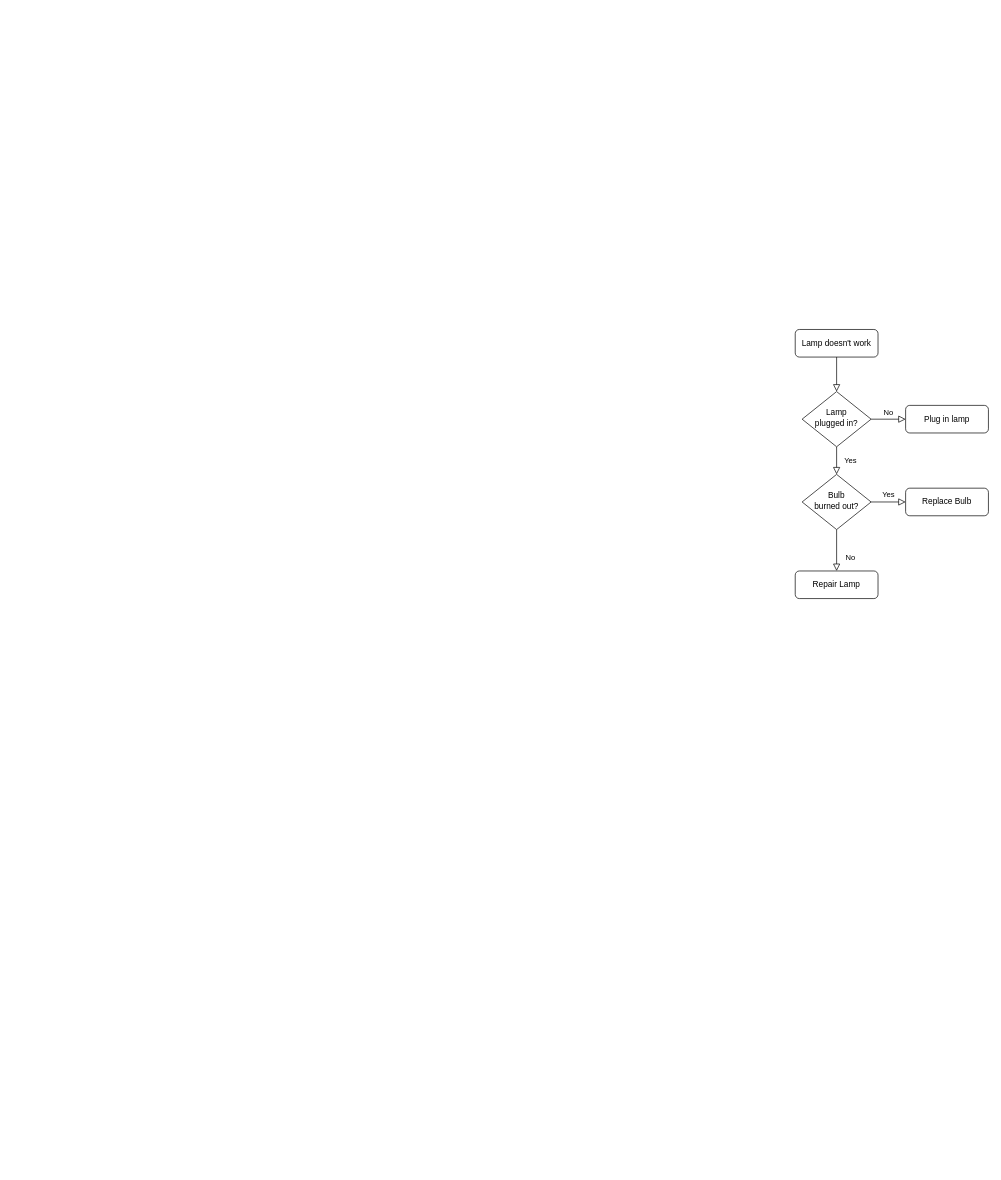
Earlier version of the draw.io diagram btc-staking.drawio (sfyr111/draw). Source tidied: cells renumbered, new cells numbered last; positions are measured from the earlier drawing's top-left corner, leaving out a move shared by most shapes. Both pictures are drawn from the tidied source at 69%, with x=0, y=0 at pixel (795, 329).
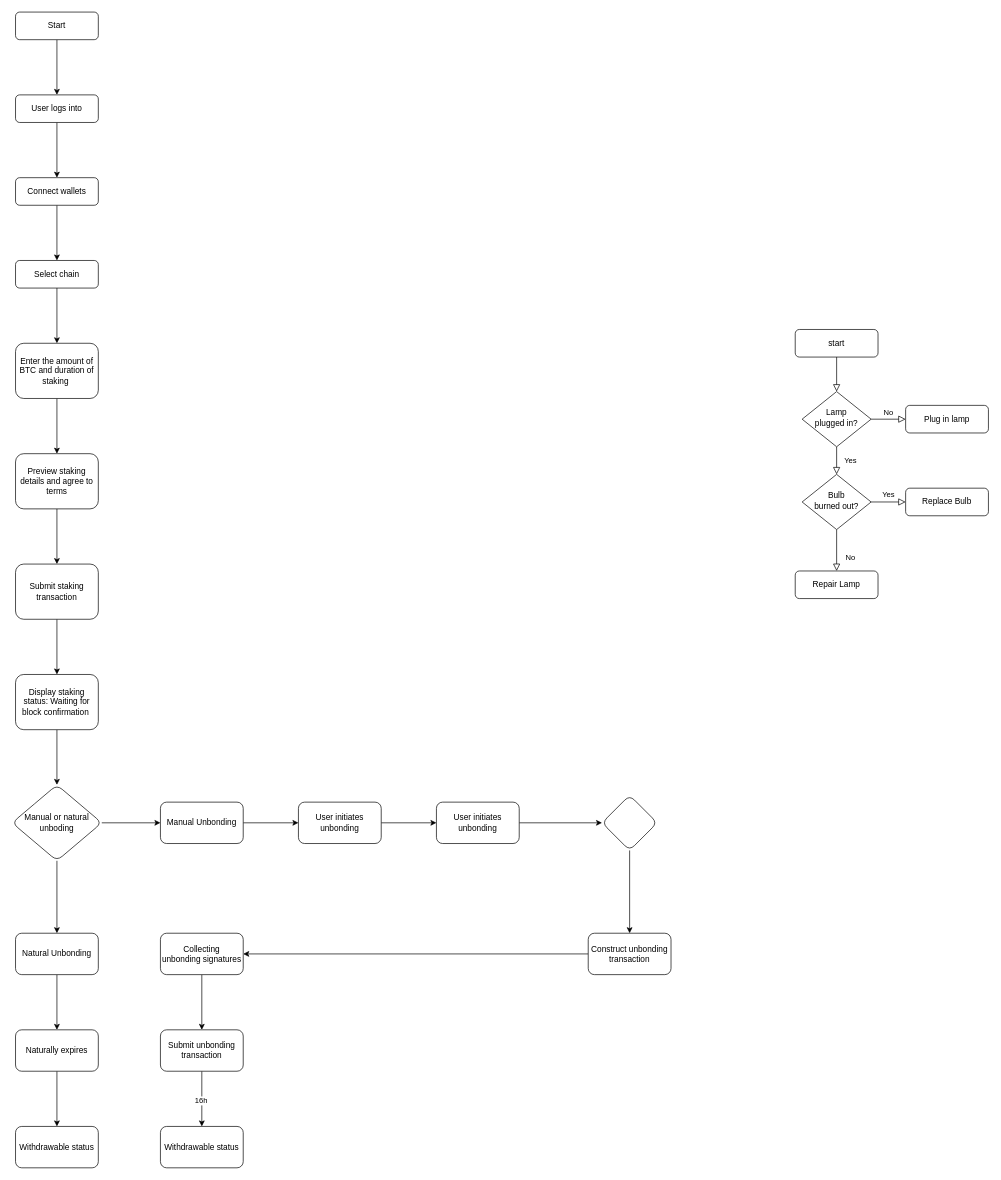
Above is the later version.

The edit, as a diff of the source:
```diff
@@
-    <mxCell id="3" value="Lamp doesn't work" style="rounded=1;whiteSpace=wrap;html=1;fontSize=12;glass=0;strokeWidth=1;shadow=0;" parent="1" vertex="1">
+    <mxCell id="3" value="start" style="rounded=1;whiteSpace=wrap;html=1;fontSize=12;glass=0;strokeWidth=1;shadow=0;" parent="1" vertex="1">
       <mxGeometry width="120" height="40" as="geometry" />
     </mxCell>
@@
+    <mxCell id="13" style="edgeStyle=orthogonalEdgeStyle;rounded=0;jettySize=auto;html=1;" parent="1" edge="1" source="14" target="16">
+      <mxGeometry relative="1" as="geometry" />
+    </mxCell>
+    <mxCell id="14" value="Start" style="rounded=1;whiteSpace=wrap;html=1;fontSize=12;glass=0;strokeWidth=1;shadow=0;" parent="1" vertex="1">
+      <mxGeometry x="-1130" y="-460" width="120" height="40" as="geometry" />
+    </mxCell>
+    <mxCell id="15" style="edgeStyle=orthogonalEdgeStyle;rounded=0;jettySize=auto;html=1;" parent="1" edge="1" source="16" target="18">
+      <mxGeometry relative="1" as="geometry" />
+    </mxCell>
+    <mxCell id="16" value="User logs&lt;span style=&quot;background-color: initial;&quot;&gt;&amp;nbsp;into&lt;/span&gt;" style="rounded=1;whiteSpace=wrap;html=1;fontSize=12;glass=0;strokeWidth=1;shadow=0;" parent="1" vertex="1">
+      <mxGeometry x="-1130" y="-340" width="120" height="40" as="geometry" />
+    </mxCell>
+    <mxCell id="17" style="edgeStyle=orthogonalEdgeStyle;rounded=0;jettySize=auto;html=1;" parent="1" edge="1" source="18" target="20">
+      <mxGeometry relative="1" as="geometry" />
+    </mxCell>
+    <mxCell id="18" value="Connect wallets" style="rounded=1;whiteSpace=wrap;html=1;fontSize=12;glass=0;strokeWidth=1;shadow=0;" parent="1" vertex="1">
+      <mxGeometry x="-1130" y="-220" width="120" height="40" as="geometry" />
+    </mxCell>
+    <mxCell id="19" style="edgeStyle=orthogonalEdgeStyle;rounded=0;jettySize=auto;html=1;" parent="1" edge="1" source="20" target="22">
+      <mxGeometry relative="1" as="geometry" />
+    </mxCell>
+    <mxCell id="20" value="Select chain" style="rounded=1;whiteSpace=wrap;html=1;fontSize=12;glass=0;strokeWidth=1;shadow=0;" parent="1" vertex="1">
+      <mxGeometry x="-1130" y="-100" width="120" height="40" as="geometry" />
+    </mxCell>
+    <mxCell id="21" style="edgeStyle=orthogonalEdgeStyle;rounded=0;jettySize=auto;html=1;" parent="1" edge="1" source="22" target="24">
+      <mxGeometry relative="1" as="geometry" />
+    </mxCell>
+    <mxCell id="22" value="Enter the amount of BTC and duration of staking&amp;nbsp;" style="rounded=1;whiteSpace=wrap;html=1;fontSize=12;glass=0;strokeWidth=1;shadow=0;" parent="1" vertex="1">
+      <mxGeometry x="-1130" y="20" width="120" height="80" as="geometry" />
+    </mxCell>
+    <mxCell id="23" style="edgeStyle=orthogonalEdgeStyle;rounded=0;jettySize=auto;html=1;" parent="1" edge="1" source="24" target="26">
+      <mxGeometry relative="1" as="geometry" />
+    </mxCell>
+    <mxCell id="24" value="Preview staking details and agree to terms" style="rounded=1;whiteSpace=wrap;html=1;fontSize=12;glass=0;strokeWidth=1;shadow=0;" parent="1" vertex="1">
+      <mxGeometry x="-1130" y="180" width="120" height="80" as="geometry" />
+    </mxCell>
+    <mxCell id="25" style="edgeStyle=orthogonalEdgeStyle;rounded=0;jettySize=auto;html=1;" parent="1" edge="1" source="26" target="28">
+      <mxGeometry relative="1" as="geometry" />
+    </mxCell>
+    <mxCell id="26" value="Submit staking transaction" style="rounded=1;whiteSpace=wrap;html=1;fontSize=12;glass=0;strokeWidth=1;shadow=0;" parent="1" vertex="1">
+      <mxGeometry x="-1130" y="340" width="120" height="80" as="geometry" />
+    </mxCell>
+    <mxCell id="27" style="edgeStyle=orthogonalEdgeStyle;rounded=0;jettySize=auto;html=1;" parent="1" edge="1" source="28" target="31">
+      <mxGeometry relative="1" as="geometry" />
+    </mxCell>
+    <mxCell id="28" value="Display staking status: Waiting for block confirmation&amp;nbsp;" style="rounded=1;whiteSpace=wrap;html=1;fontSize=12;glass=0;strokeWidth=1;shadow=0;" parent="1" vertex="1">
+      <mxGeometry x="-1130" y="500" width="120" height="80" as="geometry" />
+    </mxCell>
+    <mxCell id="29" style="edgeStyle=orthogonalEdgeStyle;rounded=0;jettySize=auto;html=1;" parent="1" edge="1" source="31" target="33">
+      <mxGeometry relative="1" as="geometry" />
+    </mxCell>
+    <mxCell id="30" style="edgeStyle=orthogonalEdgeStyle;rounded=0;jettySize=auto;html=1;" parent="1" edge="1" source="31" target="35">
+      <mxGeometry relative="1" as="geometry" />
+    </mxCell>
+    <mxCell id="31" value="Manual or natural unboding" style="rhombus;whiteSpace=wrap;html=1;rounded=1;glass=0;strokeWidth=1;shadow=0;" parent="1" vertex="1">
+      <mxGeometry x="-1135" y="660" width="130" height="110" as="geometry" />
+    </mxCell>
+    <mxCell id="32" style="edgeStyle=orthogonalEdgeStyle;rounded=0;jettySize=auto;html=1;" parent="1" edge="1" source="33" target="40">
+      <mxGeometry relative="1" as="geometry" />
+    </mxCell>
+    <mxCell id="33" value="Manual Unbonding" style="whiteSpace=wrap;html=1;rounded=1;glass=0;strokeWidth=1;shadow=0;" parent="1" vertex="1">
+      <mxGeometry x="-920" y="685" width="120" height="60" as="geometry" />
+    </mxCell>
+    <mxCell id="34" style="edgeStyle=orthogonalEdgeStyle;rounded=0;jettySize=auto;html=1;" parent="1" edge="1" source="35" target="37">
+      <mxGeometry relative="1" as="geometry" />
+    </mxCell>
+    <mxCell id="35" value="Natural Unbonding" style="whiteSpace=wrap;html=1;rounded=1;glass=0;strokeWidth=1;shadow=0;" parent="1" vertex="1">
+      <mxGeometry x="-1130" y="875" width="120" height="60" as="geometry" />
+    </mxCell>
+    <mxCell id="36" style="edgeStyle=orthogonalEdgeStyle;rounded=0;jettySize=auto;html=1;" parent="1" edge="1" source="37" target="38">
+      <mxGeometry relative="1" as="geometry" />
+    </mxCell>
+    <mxCell id="37" value="Naturally expires" style="whiteSpace=wrap;html=1;rounded=1;glass=0;strokeWidth=1;shadow=0;" parent="1" vertex="1">
+      <mxGeometry x="-1130" y="1015" width="120" height="60" as="geometry" />
+    </mxCell>
+    <mxCell id="38" value="Withdrawable status" style="whiteSpace=wrap;html=1;rounded=1;glass=0;strokeWidth=1;shadow=0;" parent="1" vertex="1">
+      <mxGeometry x="-1130" y="1155" width="120" height="60" as="geometry" />
+    </mxCell>
+    <mxCell id="39" style="edgeStyle=orthogonalEdgeStyle;rounded=0;jettySize=auto;html=1;" parent="1" edge="1" source="40" target="42">
+      <mxGeometry relative="1" as="geometry" />
+    </mxCell>
+    <mxCell id="40" value="User initiates unbonding" style="whiteSpace=wrap;html=1;rounded=1;glass=0;strokeWidth=1;shadow=0;" parent="1" vertex="1">
+      <mxGeometry x="-720" y="685" width="120" height="60" as="geometry" />
+    </mxCell>
+    <mxCell id="41" style="edgeStyle=orthogonalEdgeStyle;rounded=0;jettySize=auto;html=1;" parent="1" edge="1" source="42" target="44">
+      <mxGeometry relative="1" as="geometry" />
+    </mxCell>
+    <mxCell id="42" value="User initiates unbonding" style="whiteSpace=wrap;html=1;rounded=1;glass=0;strokeWidth=1;shadow=0;" parent="1" vertex="1">
+      <mxGeometry x="-520" y="685" width="120" height="60" as="geometry" />
+    </mxCell>
+    <mxCell id="43" style="edgeStyle=orthogonalEdgeStyle;rounded=0;jettySize=auto;html=1;" parent="1" edge="1" source="44" target="46">
+      <mxGeometry relative="1" as="geometry" />
+    </mxCell>
+    <mxCell id="44" style="rhombus;whiteSpace=wrap;html=1;rounded=1;glass=0;strokeWidth=1;shadow=0;" parent="1" vertex="1">
+      <mxGeometry x="-280" y="675" width="80" height="80" as="geometry" />
+    </mxCell>
+    <mxCell id="45" style="edgeStyle=orthogonalEdgeStyle;rounded=0;jettySize=auto;html=1;" parent="1" edge="1" source="46" target="48">
+      <mxGeometry relative="1" as="geometry" />
+    </mxCell>
+    <mxCell id="46" value="Construct unbonding transaction" style="whiteSpace=wrap;html=1;rounded=1;glass=0;strokeWidth=1;shadow=0;" parent="1" vertex="1">
+      <mxGeometry x="-300" y="875" width="120" height="60" as="geometry" />
+    </mxCell>
+    <mxCell id="47" style="edgeStyle=orthogonalEdgeStyle;rounded=0;jettySize=auto;html=1;" parent="1" edge="1" source="48" target="51">
+      <mxGeometry relative="1" as="geometry" />
+    </mxCell>
+    <mxCell id="48" value="Collecting unbonding&amp;nbsp;signatures" style="whiteSpace=wrap;html=1;rounded=1;glass=0;strokeWidth=1;shadow=0;" parent="1" vertex="1">
+      <mxGeometry x="-920" y="875" width="120" height="60" as="geometry" />
+    </mxCell>
+    <mxCell id="49" style="edgeStyle=orthogonalEdgeStyle;rounded=0;jettySize=auto;html=1;" parent="1" edge="1" source="51" target="52">
+      <mxGeometry relative="1" as="geometry" />
+    </mxCell>
+    <mxCell id="50" value="16h" style="edgeLabel;html=1;align=center;verticalAlign=middle;" parent="49" vertex="1">
+      <mxGeometry x="0.06" y="-2" relative="1" as="geometry" />
+    </mxCell>
+    <mxCell id="51" value="Submit unbonding transaction" style="whiteSpace=wrap;html=1;rounded=1;glass=0;strokeWidth=1;shadow=0;" parent="1" vertex="1">
+      <mxGeometry x="-920" y="1015" width="120" height="60" as="geometry" />
+    </mxCell>
+    <mxCell id="52" value="&lt;div&gt;&lt;span style=&quot;background-color: initial;&quot;&gt;Withdrawable status&lt;/span&gt;&lt;br&gt;&lt;/div&gt;" style="whiteSpace=wrap;html=1;rounded=1;glass=0;strokeWidth=1;shadow=0;" parent="1" vertex="1">
+      <mxGeometry x="-920" y="1155" width="120" height="60" as="geometry" />
+    </mxCell>
```
